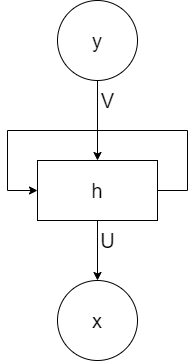
Earlier version of the draw.io export rnn-structure.drawio.png (lakomi/pictures). Source tidied: cells renumbered, new cells last; positions are measured from the earlier drawing's top-left corner, leaving out a move shared by most shapes.
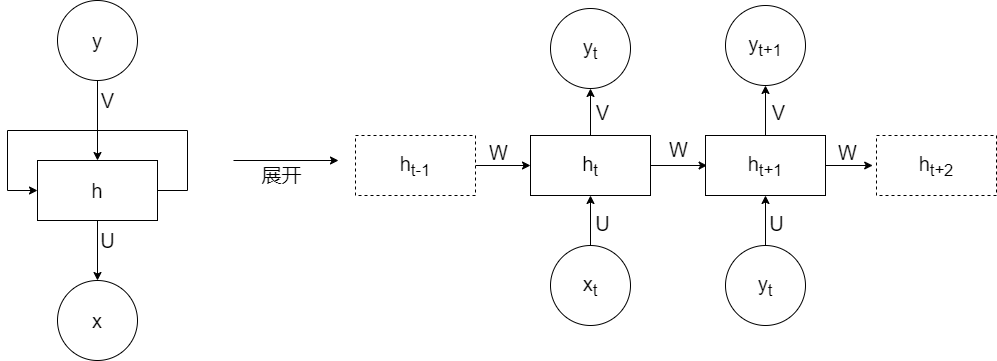
Above is the later version.

Change to the diagram source:
```diff
@@ -35,5 +35,84 @@
     <mxCell id="9" value="U" style="text;html=1;align=center;verticalAlign=middle;strokeColor=none;fillColor=none;fontSize=20;" parent="1" vertex="1">
       <mxGeometry x="85" y="225" width="30" height="30" as="geometry" />
     </mxCell>
+    <mxCell id="10" style="endArrow=classic;html=1;rounded=0;fontSize=20;" parent="1" edge="1">
+      <mxGeometry relative="1" as="geometry">
+        <mxPoint x="226" y="160" as="sourcePoint" />
+        <mxPoint x="331" y="160" as="targetPoint" />
+      </mxGeometry>
+    </mxCell>
+    <mxCell id="11" value="展开" style="text;html=1;align=center;verticalAlign=middle;strokeColor=none;fillColor=none;fontSize=20;" parent="1" vertex="1">
+      <mxGeometry x="249" y="160" width="50" height="28" as="geometry" />
+    </mxCell>
+    <mxCell id="12" style="edgeStyle=orthogonalEdgeStyle;rounded=0;jettySize=auto;html=1;exitX=1;exitY=0.5;exitDx=0;exitDy=0;fontSize=20;" parent="1" edge="1" source="14">
+      <mxGeometry relative="1" as="geometry">
+        <mxPoint x="699.6" y="165" as="targetPoint" />
+      </mxGeometry>
+    </mxCell>
+    <mxCell id="13" style="edgeStyle=orthogonalEdgeStyle;rounded=0;jettySize=auto;html=1;exitX=0.5;exitY=0;exitDx=0;exitDy=0;fontSize=20;entryX=0.5;entryY=1;entryDx=0;entryDy=0;" parent="1" edge="1" source="14" target="20">
+      <mxGeometry relative="1" as="geometry" />
+    </mxCell>
+    <mxCell id="14" value="h&lt;sub&gt;t&lt;/sub&gt;" style="rounded=0;whiteSpace=wrap;html=1;fontSize=20;strokeWidth=1;" parent="1" vertex="1">
+      <mxGeometry x="523" y="135" width="120" height="60" as="geometry" />
+    </mxCell>
+    <mxCell id="15" style="edgeStyle=orthogonalEdgeStyle;rounded=0;jettySize=auto;html=1;exitX=1;exitY=0.5;exitDx=0;exitDy=0;fontSize=20;" parent="1" edge="1" source="16" target="14">
+      <mxGeometry relative="1" as="geometry" />
+    </mxCell>
+    <mxCell id="16" value="h&lt;sub&gt;t-1&lt;/sub&gt;" style="rounded=0;whiteSpace=wrap;html=1;dashed=1;fontSize=20;strokeWidth=1;" parent="1" vertex="1">
+      <mxGeometry x="348" y="135" width="120" height="60" as="geometry" />
+    </mxCell>
+    <mxCell id="17" style="edgeStyle=orthogonalEdgeStyle;rounded=0;jettySize=auto;html=1;exitX=0.5;exitY=0;exitDx=0;exitDy=0;entryX=0.5;entryY=1;entryDx=0;entryDy=0;fontSize=20;" parent="1" edge="1" source="19" target="23">
+      <mxGeometry relative="1" as="geometry" />
+    </mxCell>
+    <mxCell id="18" style="edgeStyle=orthogonalEdgeStyle;rounded=0;jettySize=auto;html=1;exitX=1;exitY=0.5;exitDx=0;exitDy=0;fontSize=20;" parent="1" edge="1" source="19">
+      <mxGeometry relative="1" as="geometry">
+        <mxPoint x="865.2" y="165" as="targetPoint" />
+      </mxGeometry>
+    </mxCell>
+    <mxCell id="19" value="h&lt;sub&gt;t+1&lt;/sub&gt;" style="rounded=0;whiteSpace=wrap;html=1;fontSize=20;strokeWidth=1;" parent="1" vertex="1">
+      <mxGeometry x="698" y="135" width="120" height="60" as="geometry" />
+    </mxCell>
+    <mxCell id="20" value="y&lt;sub&gt;t&lt;br&gt;&lt;/sub&gt;" style="ellipse;whiteSpace=wrap;html=1;fontSize=20;strokeWidth=1;" parent="1" vertex="1">
+      <mxGeometry x="543" y="8" width="80" height="80" as="geometry" />
+    </mxCell>
+    <mxCell id="21" style="edgeStyle=orthogonalEdgeStyle;rounded=0;jettySize=auto;html=1;exitX=0.5;exitY=0;exitDx=0;exitDy=0;entryX=0.5;entryY=1;entryDx=0;entryDy=0;fontSize=20;" parent="1" edge="1" source="22" target="14">
+      <mxGeometry relative="1" as="geometry" />
+    </mxCell>
+    <mxCell id="22" value="x&lt;sub&gt;t&lt;/sub&gt;" style="ellipse;whiteSpace=wrap;html=1;fontSize=20;strokeWidth=1;" parent="1" vertex="1">
+      <mxGeometry x="543" y="245" width="80" height="80" as="geometry" />
+    </mxCell>
+    <mxCell id="23" value="y&lt;sub&gt;t+1&lt;br&gt;&lt;/sub&gt;" style="ellipse;whiteSpace=wrap;html=1;fontSize=20;strokeWidth=1;" parent="1" vertex="1">
+      <mxGeometry x="718" y="5" width="80" height="80" as="geometry" />
+    </mxCell>
+    <mxCell id="24" style="edgeStyle=orthogonalEdgeStyle;rounded=0;jettySize=auto;html=1;exitX=0.5;exitY=0;exitDx=0;exitDy=0;entryX=0.5;entryY=1;entryDx=0;entryDy=0;fontSize=20;" parent="1" edge="1" source="25" target="19">
+      <mxGeometry relative="1" as="geometry" />
+    </mxCell>
+    <mxCell id="25" value="y&lt;sub&gt;t&lt;br&gt;&lt;/sub&gt;" style="ellipse;whiteSpace=wrap;html=1;fontSize=20;strokeWidth=1;" parent="1" vertex="1">
+      <mxGeometry x="718" y="245" width="80" height="80" as="geometry" />
+    </mxCell>
+    <mxCell id="26" value="h&lt;sub&gt;t+2&lt;/sub&gt;" style="rounded=0;whiteSpace=wrap;html=1;dashed=1;fontSize=20;strokeWidth=1;" parent="1" vertex="1">
+      <mxGeometry x="869" y="135" width="120" height="60" as="geometry" />
+    </mxCell>
+    <mxCell id="27" value="W" style="text;html=1;align=center;verticalAlign=middle;strokeColor=none;fillColor=none;fontSize=20;" parent="1" vertex="1">
+      <mxGeometry x="476" y="138" width="29" height="28" as="geometry" />
+    </mxCell>
+    <mxCell id="28" value="V" style="text;html=1;align=center;verticalAlign=middle;strokeColor=none;fillColor=none;fontSize=20;" parent="1" vertex="1">
+      <mxGeometry x="583" y="98" width="24" height="28" as="geometry" />
+    </mxCell>
+    <mxCell id="29" value="U" style="text;html=1;align=center;verticalAlign=middle;strokeColor=none;fillColor=none;fontSize=20;" parent="1" vertex="1">
+      <mxGeometry x="583" y="209" width="24" height="28" as="geometry" />
+    </mxCell>
+    <mxCell id="30" value="V" style="text;html=1;align=center;verticalAlign=middle;strokeColor=none;fillColor=none;fontSize=20;" parent="1" vertex="1">
+      <mxGeometry x="759" y="98" width="24" height="28" as="geometry" />
+    </mxCell>
+    <mxCell id="31" value="U" style="text;html=1;align=center;verticalAlign=middle;strokeColor=none;fillColor=none;fontSize=20;" parent="1" vertex="1">
+      <mxGeometry x="757" y="209" width="24" height="28" as="geometry" />
+    </mxCell>
+    <mxCell id="32" value="W" style="text;html=1;align=center;verticalAlign=middle;strokeColor=none;fillColor=none;fontSize=20;" parent="1" vertex="1">
+      <mxGeometry x="656" y="135" width="29" height="28" as="geometry" />
+    </mxCell>
+    <mxCell id="33" value="W" style="text;html=1;align=center;verticalAlign=middle;strokeColor=none;fillColor=none;fontSize=20;" parent="1" vertex="1">
+      <mxGeometry x="825" y="138" width="29" height="28" as="geometry" />
+    </mxCell>
   </root>
 </mxGraphModel>
```
